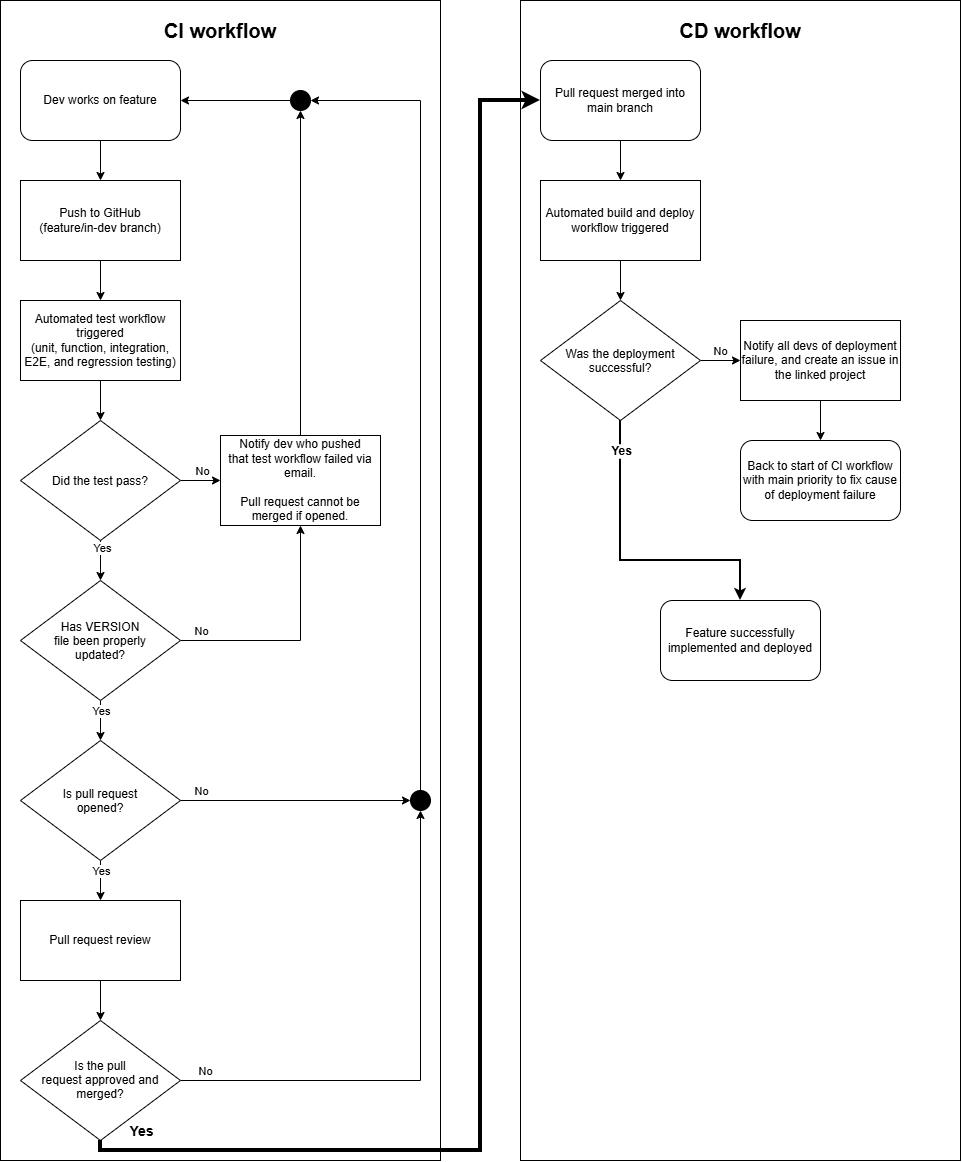
Above: docs/cicd_pipeline_workflow.png in mpomahac25/North-star-app (draw.io), before the change. Source tidied: cells renumbered, new cells last; positions are measured from the earlier drawing's top-left corner, leaving out a move shared by most shapes.
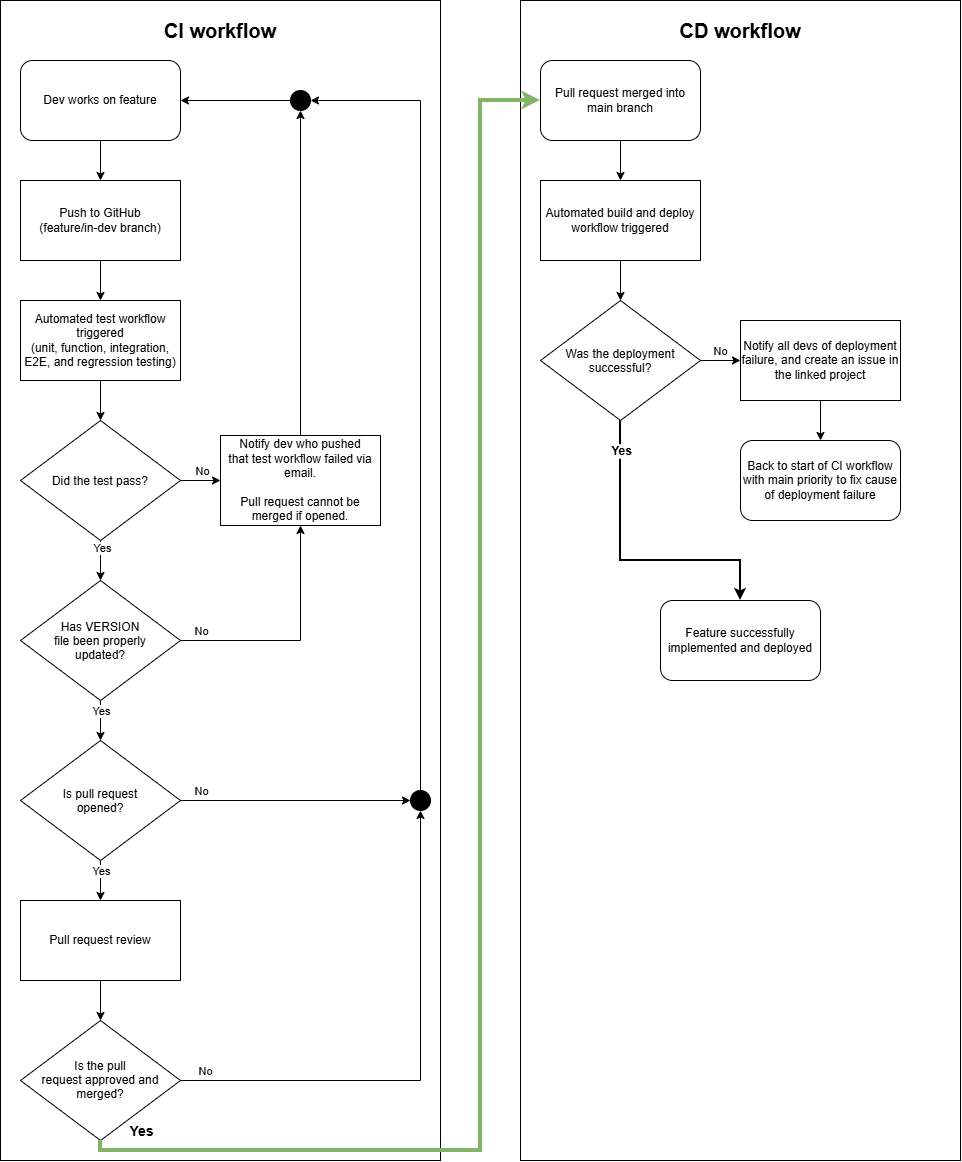
The same diagram one commit later.

Change to the diagram source:
```diff
@@ -177,7 +177,7 @@
     <mxCell id="49" value="Back to start of CI workflow with main priority to fix cause of deployment failure" style="rounded=1;whiteSpace=wrap;html=1;roundedPerimeter=1;" parent="1" vertex="1">
       <mxGeometry x="740" y="440" width="160" height="80" as="geometry" />
     </mxCell>
-    <mxCell id="50" style="edgeStyle=orthogonalEdgeStyle;rounded=0;jettySize=auto;html=1;exitX=0.5;exitY=1;exitDx=0;exitDy=0;entryX=0;entryY=0.5;entryDx=0;entryDy=0;defaultLabelBackgroundColor=page;strokeWidth=4;" parent="1" edge="1" source="30" target="39">
+    <mxCell id="50" style="edgeStyle=orthogonalEdgeStyle;rounded=0;jettySize=auto;html=1;exitX=0.5;exitY=1;exitDx=0;exitDy=0;entryX=0;entryY=0.5;entryDx=0;entryDy=0;defaultLabelBackgroundColor=page;strokeWidth=4;fillColor=#d5e8d4;strokeColor=#82b366;" parent="1" edge="1" source="30" target="39">
       <mxGeometry x="-0.01" relative="1" as="geometry">
         <Array as="points">
           <mxPoint x="100" y="1150" />
```
